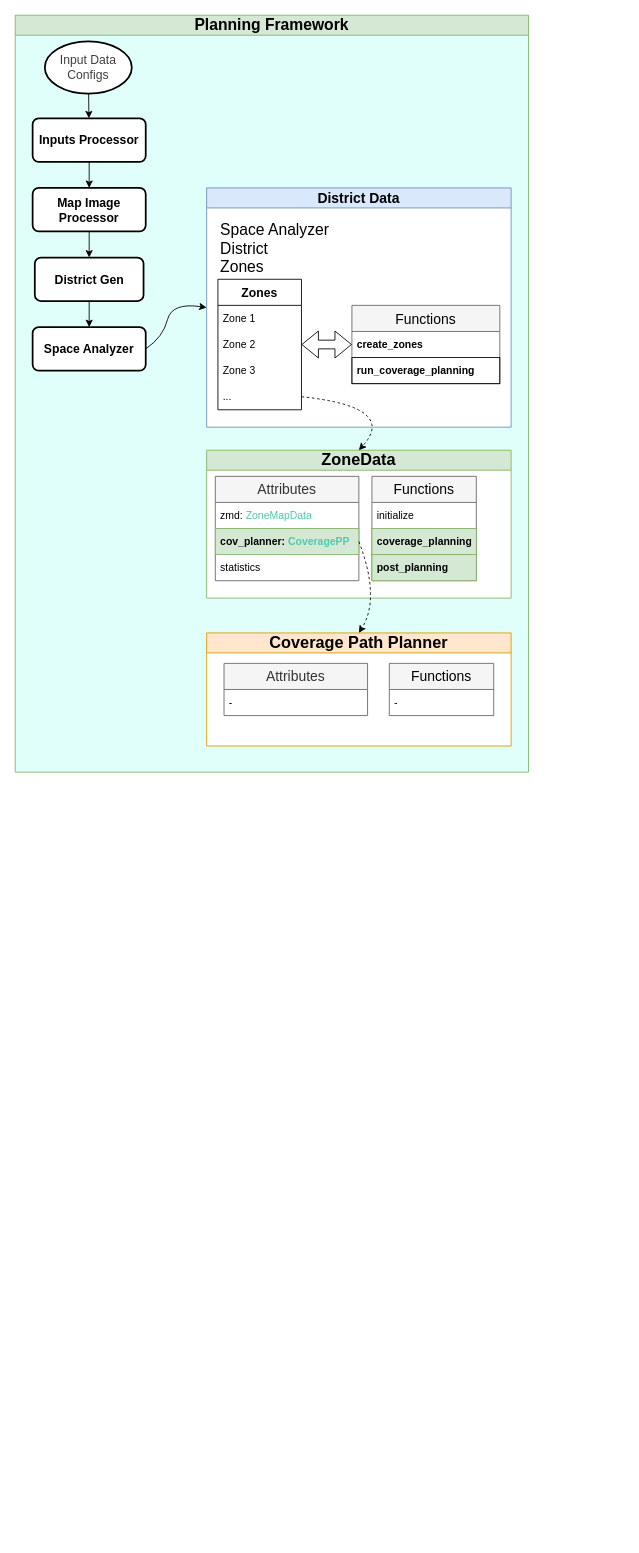
MortezaHagh/coverage-path-planning keeps this draw.io diagram as meta/d0_highlevel.drawio. Above is the earlier version. Source tidied: cells renumbered, new cells numbered last; positions are measured from the earlier drawing's top-left corner, leaving out a move shared by most shapes. Both pictures are drawn from the tidied source at 87%, with x=0, y=0 at pixel (15, 15).
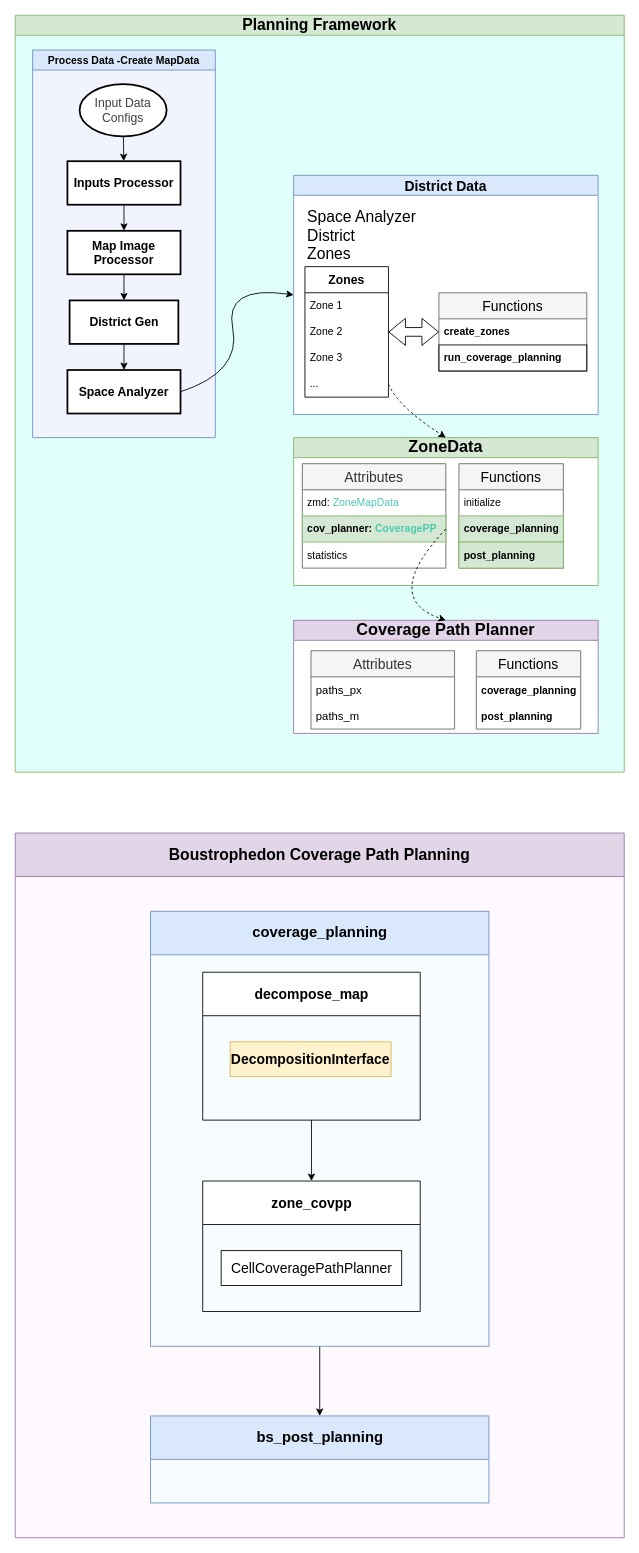
Above is the later version.

Change to the diagram source:
```diff
@@
     <mxCell id="2" value="&lt;font style=&quot;font-size: 18px;&quot;&gt;Planning Framework&lt;/font&gt;" style="swimlane;whiteSpace=wrap;html=1;fillColor=#d5e8d4;swimlaneFillColor=#E0FFFA;strokeColor=#82b366;fontFamily=Helvetica;" parent="1" vertex="1">
-      <mxGeometry width="590" height="870" as="geometry" />
+      <mxGeometry width="700" height="870" as="geometry" />
     </mxCell>
-    <mxCell id="3" style="edgeStyle=none;html=1;fontFamily=Helvetica;" parent="2" edge="1" source="4" target="6">
-      <mxGeometry relative="1" as="geometry" />
-    </mxCell>
-    <mxCell id="4" value="&lt;span style=&quot;color: rgb(63, 63, 63); font-size: 14px;&quot;&gt;Input Data&lt;/span&gt;&lt;div&gt;&lt;span style=&quot;color: rgb(63, 63, 63); font-size: 14px;&quot;&gt;Configs&lt;/span&gt;&lt;/div&gt;" style="strokeWidth=2;html=1;shape=mxgraph.flowchart.start_1;whiteSpace=wrap;fontFamily=Helvetica;" parent="2" vertex="1">
-      <mxGeometry x="34" y="30" width="100" height="60" as="geometry" />
-    </mxCell>
-    <mxCell id="5" style="edgeStyle=none;html=1;entryX=0.5;entryY=0;entryDx=0;entryDy=0;fontFamily=Helvetica;" parent="2" edge="1" source="6" target="8">
-      <mxGeometry relative="1" as="geometry" />
-    </mxCell>
-    <mxCell id="6" value="&lt;h3&gt;&lt;span style=&quot;text-align: left; color: rgb(0, 0, 0);&quot;&gt;Inputs Processor&lt;/span&gt;&lt;/h3&gt;" style="rounded=1;whiteSpace=wrap;html=1;absoluteArcSize=1;arcSize=14;strokeWidth=2;fontFamily=Helvetica;" parent="2" vertex="1">
-      <mxGeometry x="20" y="118.5" width="130" height="50" as="geometry" />
-    </mxCell>
-    <mxCell id="7" style="edgeStyle=none;html=1;entryX=0.5;entryY=0;entryDx=0;entryDy=0;fontFamily=Helvetica;" parent="2" edge="1" source="8" target="10">
-      <mxGeometry relative="1" as="geometry" />
-    </mxCell>
-    <mxCell id="8" value="&lt;h3&gt;&lt;span style=&quot;text-align: left; color: rgb(0, 0, 0);&quot;&gt;Map Image Processor&lt;/span&gt;&lt;/h3&gt;" style="rounded=1;whiteSpace=wrap;html=1;absoluteArcSize=1;arcSize=14;strokeWidth=2;fontFamily=Helvetica;" parent="2" vertex="1">
-      <mxGeometry x="20" y="198.5" width="130" height="50" as="geometry" />
-    </mxCell>
-    <mxCell id="9" style="edgeStyle=none;html=1;entryX=0.5;entryY=0;entryDx=0;entryDy=0;fontFamily=Helvetica;" parent="2" edge="1" source="10" target="12">
-      <mxGeometry relative="1" as="geometry" />
-    </mxCell>
-    <mxCell id="10" value="&lt;h3&gt;&lt;span style=&quot;text-align: left; color: rgb(0, 0, 0);&quot;&gt;District Gen&lt;/span&gt;&lt;/h3&gt;" style="rounded=1;whiteSpace=wrap;html=1;absoluteArcSize=1;arcSize=14;strokeWidth=2;fontFamily=Helvetica;" parent="2" vertex="1">
-      <mxGeometry x="22.5" y="278.5" width="125" height="50" as="geometry" />
-    </mxCell>
-    <mxCell id="11" style="edgeStyle=none;html=1;entryX=0;entryY=0.5;entryDx=0;entryDy=0;exitX=1;exitY=0.5;exitDx=0;exitDy=0;fontFamily=Helvetica;rounded=0;curved=1;" parent="2" edge="1" source="12" target="13">
-      <mxGeometry relative="1" as="geometry">
-        <Array as="points">
-          <mxPoint x="170" y="370" />
-          <mxPoint x="180" y="330" />
-        </Array>
-      </mxGeometry>
-    </mxCell>
-    <mxCell id="12" value="&lt;h3&gt;&lt;span style=&quot;text-align: left; color: rgb(0, 0, 0);&quot;&gt;Space Analyzer&lt;/span&gt;&lt;/h3&gt;" style="rounded=1;whiteSpace=wrap;html=1;absoluteArcSize=1;arcSize=14;strokeWidth=2;fontFamily=Helvetica;" parent="2" vertex="1">
-      <mxGeometry x="20" y="358.5" width="130" height="50" as="geometry" />
-    </mxCell>
     <mxCell id="13" value="&lt;h3&gt;&lt;span style=&quot;text-align: left; color: rgb(0, 0, 0);&quot;&gt;&lt;font style=&quot;font-size: 16px;&quot;&gt;District Data&lt;/font&gt;&lt;/span&gt;&lt;/h3&gt;" style="swimlane;whiteSpace=wrap;html=1;swimlaneFillColor=default;fillColor=#dae8fc;strokeColor=#6c8ebf;fontFamily=Helvetica;" parent="2" vertex="1">
-      <mxGeometry x="220" y="198.5" width="350" height="275" as="geometry" />
+      <mxGeometry x="320" y="184" width="350" height="275" as="geometry" />
     </mxCell>
@@
     <mxCell id="24" value="&lt;h3&gt;&lt;span style=&quot;color: rgb(0, 0, 0); text-align: left;&quot;&gt;&lt;font&gt;ZoneData&lt;/font&gt;&lt;/span&gt;&lt;br&gt;&lt;/h3&gt;" style="swimlane;whiteSpace=wrap;html=1;startSize=23;fontSize=16;fontFamily=Helvetica;fontStyle=1;fillColor=#d5e8d4;strokeColor=#82b366;swimlaneFillColor=default;" parent="2" vertex="1">
-      <mxGeometry x="220" y="500" width="350" height="170" as="geometry" />
+      <mxGeometry x="320" y="485.5" width="350" height="170" as="geometry" />
     </mxCell>
@@
-    <mxCell id="34" value="&lt;h3&gt;&lt;span style=&quot;color: rgb(0, 0, 0); text-align: left;&quot;&gt;&lt;font&gt;Coverage Path Planner&lt;/font&gt;&lt;/span&gt;&lt;br&gt;&lt;/h3&gt;" style="swimlane;whiteSpace=wrap;html=1;startSize=23;fontSize=16;fontFamily=Helvetica;fontStyle=1;fillColor=#ffe6cc;strokeColor=#d79b00;swimlaneFillColor=default;" parent="2" vertex="1">
-      <mxGeometry x="220" y="710" width="350" height="130" as="geometry" />
+    <mxCell id="34" value="&lt;h3&gt;&lt;span style=&quot;color: rgb(0, 0, 0); text-align: left;&quot;&gt;&lt;font&gt;Coverage Path Planner&lt;/font&gt;&lt;/span&gt;&lt;br&gt;&lt;/h3&gt;" style="swimlane;whiteSpace=wrap;html=1;startSize=23;fontSize=16;fontFamily=Helvetica;fontStyle=1;fillColor=#e1d5e7;strokeColor=#9673a6;swimlaneFillColor=default;" parent="2" vertex="1">
+      <mxGeometry x="320" y="695.5" width="350" height="130" as="geometry" />
     </mxCell>
     <mxCell id="35" value="&lt;font style=&quot;font-size: 16px;&quot;&gt;Attributes&lt;/font&gt;" style="swimlane;fontStyle=0;horizontal=1;startSize=30;whiteSpace=wrap;html=1;fillColor=#f5f5f5;fontColor=#333333;strokeColor=#666666;fontSize=14;fontFamily=Helvetica;" parent="34" vertex="1">
-      <mxGeometry x="20" y="35" width="165" height="60" as="geometry" />
+      <mxGeometry x="20" y="35" width="165" height="90" as="geometry" />
     </mxCell>
-    <mxCell id="36" value="-" style="text;strokeColor=none;fillColor=none;align=left;verticalAlign=middle;spacingLeft=4;spacingRight=4;overflow=hidden;whiteSpace=wrap;html=1;fontFamily=Helvetica;" parent="35" vertex="1">
+    <mxCell id="36" value="&lt;div style=&quot;font-weight: normal; line-height: 16px; white-space: pre;&quot;&gt;&lt;div&gt;&lt;span&gt;paths_px&lt;/span&gt;&lt;/div&gt;&lt;/div&gt;" style="text;strokeColor=none;fillColor=none;align=left;verticalAlign=middle;spacingLeft=4;spacingRight=4;overflow=hidden;whiteSpace=wrap;html=1;fontFamily=Helvetica;fontColor=#000000;labelBackgroundColor=none;fontSize=13;" parent="35" vertex="1">
       <mxGeometry y="30" width="165" height="30" as="geometry" />
     </mxCell>
+    <mxCell id="40" value="&lt;div style=&quot;font-weight: normal; line-height: 16px; white-space: pre;&quot;&gt;&lt;div&gt;&lt;span&gt;paths_m&lt;/span&gt;&lt;/div&gt;&lt;/div&gt;" style="text;strokeColor=none;fillColor=none;align=left;verticalAlign=middle;spacingLeft=4;spacingRight=4;overflow=hidden;whiteSpace=wrap;html=1;fontFamily=Helvetica;fontColor=#000000;labelBackgroundColor=none;fontSize=13;" parent="35" vertex="1">
+      <mxGeometry y="60" width="165" height="30" as="geometry" />
+    </mxCell>
     <mxCell id="37" value="&lt;span style=&quot;font-weight: normal;&quot;&gt;&lt;font style=&quot;font-size: 16px;&quot;&gt;Functions&lt;/font&gt;&lt;/span&gt;" style="swimlane;horizontal=1;startSize=30;whiteSpace=wrap;html=1;fillColor=#f5f5f5;strokeColor=#666666;fontFamily=Helvetica;" parent="34" vertex="1">
-      <mxGeometry x="210" y="35" width="120" height="60" as="geometry" />
+      <mxGeometry x="210" y="35" width="120" height="90" as="geometry" />
     </mxCell>
-    <mxCell id="38" value="-" style="text;strokeColor=none;fillColor=none;align=left;verticalAlign=middle;spacingLeft=4;spacingRight=4;overflow=hidden;whiteSpace=wrap;html=1;fontFamily=Helvetica;" parent="37" vertex="1">
+    <mxCell id="38" value="&lt;div style=&quot;line-height: 16px; white-space: pre;&quot;&gt;&lt;span style=&quot;&quot;&gt;coverage_planning&lt;/span&gt;&lt;/div&gt;" style="text;strokeColor=none;fillColor=none;align=left;verticalAlign=middle;spacingLeft=4;spacingRight=4;overflow=hidden;whiteSpace=wrap;html=1;fontFamily=Helvetica;labelBackgroundColor=none;fontColor=#000000;fontStyle=1;" parent="37" vertex="1">
       <mxGeometry y="30" width="120" height="30" as="geometry" />
     </mxCell>
+    <mxCell id="41" value="&lt;div style=&quot;line-height: 16px; white-space: pre;&quot;&gt;&lt;span style=&quot;&quot;&gt;post_planning&lt;/span&gt;&lt;/div&gt;" style="text;strokeColor=none;fillColor=none;align=left;verticalAlign=middle;spacingLeft=4;spacingRight=4;overflow=hidden;whiteSpace=wrap;html=1;fontFamily=Helvetica;labelBackgroundColor=none;fontColor=#000000;fontStyle=1;" parent="37" vertex="1">
+      <mxGeometry y="60" width="120" height="30" as="geometry" />
+    </mxCell>
@@
+    <mxCell id="42" value="Process Data -Create MapData" style="swimlane;whiteSpace=wrap;html=1;fillColor=#dae8fc;strokeColor=#6c8ebf;swimlaneFillColor=#F1F4FC;" parent="2" vertex="1">
+      <mxGeometry x="20" y="40" width="210" height="445.5" as="geometry" />
+    </mxCell>
+    <mxCell id="6" value="&lt;h3&gt;&lt;span style=&quot;text-align: left; color: rgb(0, 0, 0);&quot;&gt;Inputs Processor&lt;/span&gt;&lt;/h3&gt;" style="rounded=1;whiteSpace=wrap;html=1;absoluteArcSize=1;arcSize=0;strokeWidth=2;fontFamily=Helvetica;" parent="42" vertex="1">
+      <mxGeometry x="40" y="127.8" width="130" height="50" as="geometry" />
+    </mxCell>
+    <mxCell id="8" value="&lt;h3&gt;&lt;span style=&quot;text-align: left; color: rgb(0, 0, 0);&quot;&gt;Map Image Processor&lt;/span&gt;&lt;/h3&gt;" style="rounded=1;whiteSpace=wrap;html=1;absoluteArcSize=1;arcSize=0;strokeWidth=2;fontFamily=Helvetica;" parent="42" vertex="1">
+      <mxGeometry x="40" y="207.8" width="130" height="50" as="geometry" />
+    </mxCell>
+    <mxCell id="10" value="&lt;h3&gt;&lt;span style=&quot;text-align: left; color: rgb(0, 0, 0);&quot;&gt;District Gen&lt;/span&gt;&lt;/h3&gt;" style="rounded=1;whiteSpace=wrap;html=1;absoluteArcSize=1;arcSize=0;strokeWidth=2;fontFamily=Helvetica;" parent="42" vertex="1">
+      <mxGeometry x="42.5" y="287.8" width="125" height="50" as="geometry" />
+    </mxCell>
+    <mxCell id="12" value="&lt;h3&gt;&lt;span style=&quot;text-align: left; color: rgb(0, 0, 0);&quot;&gt;Space Analyzer&lt;/span&gt;&lt;/h3&gt;" style="rounded=1;whiteSpace=wrap;html=1;absoluteArcSize=1;arcSize=0;strokeWidth=2;fontFamily=Helvetica;" parent="42" vertex="1">
+      <mxGeometry x="40" y="367.8" width="130" height="50" as="geometry" />
+    </mxCell>
+    <mxCell id="4" value="&lt;span style=&quot;color: rgb(63, 63, 63); font-size: 14px;&quot;&gt;Input Data&lt;/span&gt;&lt;div&gt;&lt;span style=&quot;color: rgb(63, 63, 63); font-size: 14px;&quot;&gt;Configs&lt;/span&gt;&lt;/div&gt;" style="strokeWidth=2;html=1;shape=mxgraph.flowchart.start_1;whiteSpace=wrap;fontFamily=Helvetica;" parent="42" vertex="1">
+      <mxGeometry x="54" y="39.2" width="100" height="60" as="geometry" />
+    </mxCell>
+    <mxCell id="5" style="edgeStyle=none;html=1;entryX=0.5;entryY=0;entryDx=0;entryDy=0;fontFamily=Helvetica;" parent="42" edge="1" source="6" target="8">
+      <mxGeometry relative="1" as="geometry" />
+    </mxCell>
+    <mxCell id="7" style="edgeStyle=none;html=1;entryX=0.5;entryY=0;entryDx=0;entryDy=0;fontFamily=Helvetica;" parent="42" edge="1" source="8" target="10">
+      <mxGeometry relative="1" as="geometry" />
+    </mxCell>
+    <mxCell id="9" style="edgeStyle=none;html=1;entryX=0.5;entryY=0;entryDx=0;entryDy=0;fontFamily=Helvetica;" parent="42" edge="1" source="10" target="12">
+      <mxGeometry relative="1" as="geometry" />
+    </mxCell>
+    <mxCell id="3" style="edgeStyle=none;html=1;fontFamily=Helvetica;" parent="42" edge="1" source="4" target="6">
+      <mxGeometry relative="1" as="geometry" />
+    </mxCell>
+    <mxCell id="11" style="edgeStyle=none;html=1;entryX=0;entryY=0.5;entryDx=0;entryDy=0;exitX=1;exitY=0.5;exitDx=0;exitDy=0;fontFamily=Helvetica;rounded=0;curved=1;" parent="2" edge="1" source="12" target="13">
+      <mxGeometry relative="1" as="geometry">
+        <Array as="points">
+          <mxPoint x="260" y="410" />
+          <mxPoint x="240" y="310" />
+        </Array>
+      </mxGeometry>
+    </mxCell>
+    <mxCell id="43" value="&lt;div style=&quot;line-height: 16px; white-space: pre;&quot;&gt;&lt;span&gt;Boustrophedon Coverage Path Planning&lt;/span&gt;&lt;/div&gt;" style="swimlane;whiteSpace=wrap;html=1;labelBackgroundColor=none;fontFamily=Helvetica;fontSize=18;startSize=50;fontStyle=1;fillColor=#e1d5e7;strokeColor=#9673a6;swimlaneFillColor=#FDF9FF;" parent="1" vertex="1">
+      <mxGeometry y="940" width="700" height="810" as="geometry" />
+    </mxCell>
+    <mxCell id="44" style="edgeStyle=none;html=1;entryX=0.5;entryY=0;entryDx=0;entryDy=0;" parent="43" edge="1" source="45" target="51">
+      <mxGeometry relative="1" as="geometry" />
+    </mxCell>
+    <mxCell id="45" value="&lt;font style=&quot;font-size: 17px;&quot;&gt;coverage_planning&lt;/font&gt;" style="swimlane;whiteSpace=wrap;html=1;startSize=50;fontFamily=Helvetica;fillColor=#dae8fc;strokeColor=#6c8ebf;swimlaneFillColor=#F7FDFF;" parent="43" vertex="1">
+      <mxGeometry x="155.5" y="90" width="389" height="500" as="geometry" />
+    </mxCell>
+    <mxCell id="46" style="edgeStyle=none;html=1;" parent="45" edge="1" source="47" target="49">
+      <mxGeometry relative="1" as="geometry" />
+    </mxCell>
+    <mxCell id="47" value="&lt;font style=&quot;font-size: 16px;&quot;&gt;decompose_map&lt;/font&gt;" style="swimlane;whiteSpace=wrap;html=1;startSize=50;fontColor=#000000;fontFamily=Helvetica;" parent="45" vertex="1">
+      <mxGeometry x="60" y="70" width="250" height="170" as="geometry" />
+    </mxCell>
+    <mxCell id="48" value="&lt;div style=&quot;line-height: 16px; white-space: pre;&quot;&gt;&lt;span&gt;DecompositionInterface&lt;/span&gt;&lt;/div&gt;" style="rounded=0;whiteSpace=wrap;html=1;fontFamily=Helvetica;fontSize=16;fillColor=#fff2cc;strokeColor=#d6b656;fontStyle=1;" parent="47" vertex="1">
+      <mxGeometry x="31.5" y="80" width="185" height="40" as="geometry" />
+    </mxCell>
+    <mxCell id="49" value="&lt;font style=&quot;font-size: 16px;&quot;&gt;zone_covpp&lt;/font&gt;" style="swimlane;whiteSpace=wrap;html=1;startSize=50;fontColor=#000000;fontFamily=Helvetica;" parent="45" vertex="1">
+      <mxGeometry x="60" y="310" width="250" height="150" as="geometry" />
+    </mxCell>
+    <mxCell id="50" value="&lt;div style=&quot;line-height: 16px; white-space: pre;&quot;&gt;&lt;span&gt;CellCoveragePathPlanner&lt;/span&gt;&lt;/div&gt;" style="rounded=0;whiteSpace=wrap;html=1;fontColor=#000000;fontFamily=Helvetica;fontSize=16;" parent="49" vertex="1">
+      <mxGeometry x="21.2" y="80" width="207.5" height="40" as="geometry" />
+    </mxCell>
+    <mxCell id="51" value="&lt;font style=&quot;font-size: 17px;&quot;&gt;bs_post_planning&lt;/font&gt;" style="swimlane;whiteSpace=wrap;html=1;startSize=50;fontFamily=Helvetica;fillColor=#dae8fc;strokeColor=#6c8ebf;swimlaneFillColor=#F7FDFF;" parent="43" vertex="1">
+      <mxGeometry x="155.5" y="670" width="389" height="100" as="geometry" />
+    </mxCell>
```
